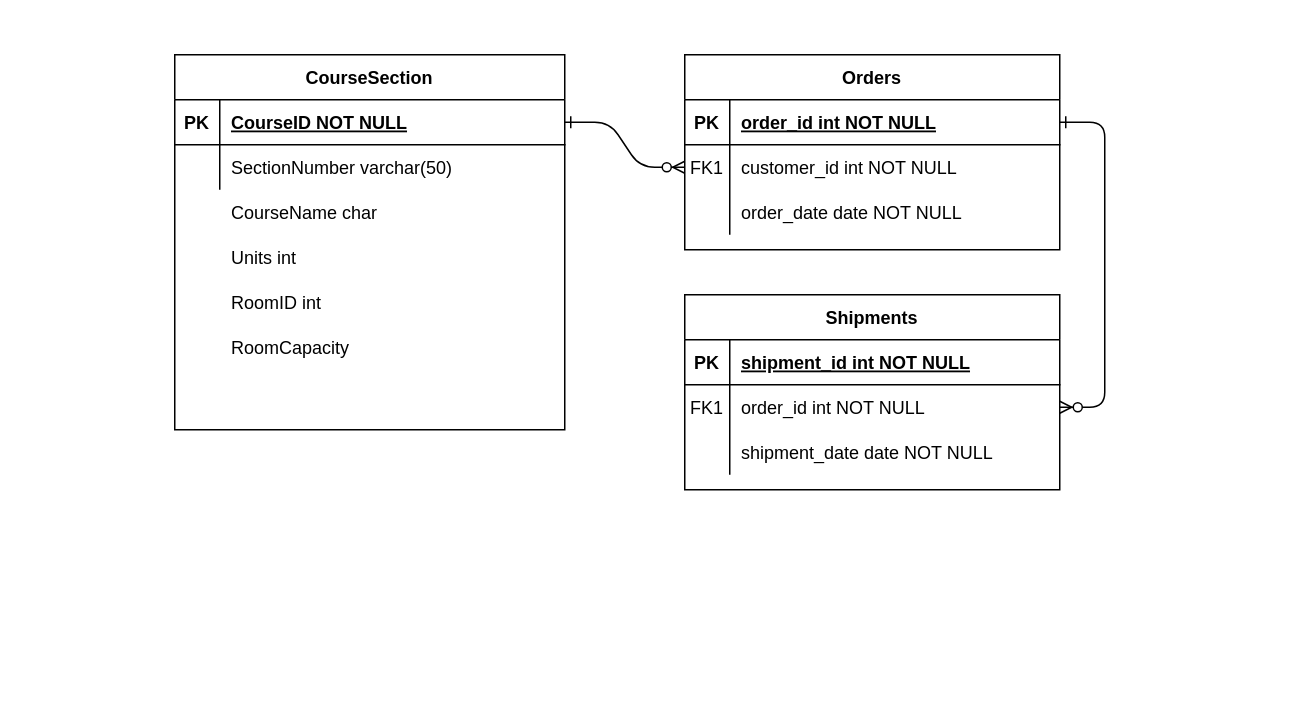
Earlier version of the draw.io diagram Untitled Diagram.drawio (vinaykurmi/star-schema). Source tidied: cells renumbered, new cells numbered last; positions are measured from the earlier drawing's top-left corner, leaving out a move shared by most shapes. Both pictures are drawn from the tidied source at 150%, with x=0, y=0 at pixel (174, 54).
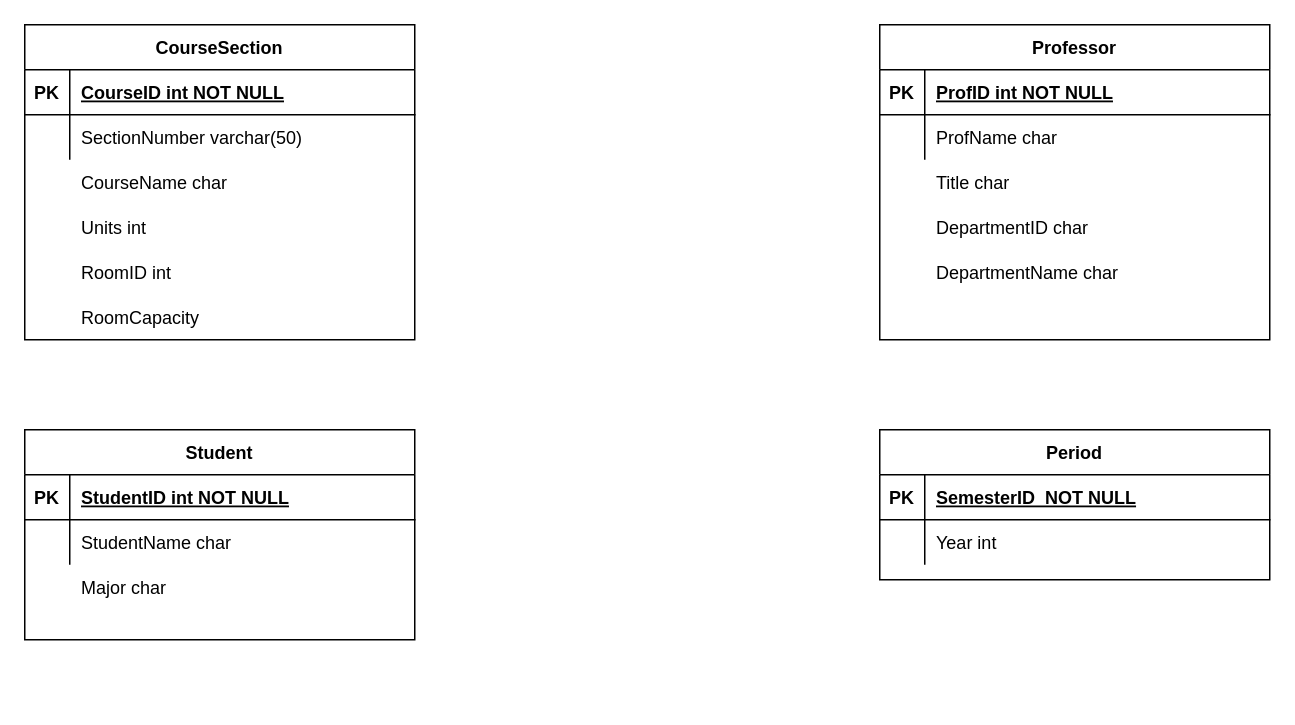
The same page after the edit.

The change refers to these unchanged cells:
```xml
<mxCell id="25" style="shape=partialRectangle;fillColor=none;points=[[0,0.5],[1,0.5]];portConstraint=eastwest;top=0;left=0;right=0;bottom=1;" parent="24" vertex="1">
  <mxGeometry y="30" width="260" height="30" as="geometry" />
</mxCell>
```

Diff of the diagram source:
```diff
@@
-    <mxCell id="2" style="edgeStyle=entityRelationEdgeStyle;endArrow=ERzeroToMany;startArrow=ERone;endFill=1;startFill=0;" parent="1" edge="1" source="25" target="8">
-      <mxGeometry relative="1" as="geometry" />
-    </mxCell>
-    <mxCell id="3" style="edgeStyle=entityRelationEdgeStyle;endArrow=ERzeroToMany;startArrow=ERone;endFill=1;startFill=0;" parent="1" edge="1" source="5" target="18">
-      <mxGeometry relative="1" as="geometry" />
-    </mxCell>
-    <mxCell id="4" value="Orders" style="shape=table;startSize=30;childLayout=tableLayout;rowLines=0;fontStyle=1;align=center;" parent="1" vertex="1">
-      <mxGeometry x="340" width="250" height="130" as="geometry" />
-    </mxCell>
-    <mxCell id="5" style="shape=partialRectangle;fillColor=none;points=[[0,0.5],[1,0.5]];portConstraint=eastwest;top=0;left=0;right=0;bottom=1;" parent="4" vertex="1">
-      <mxGeometry y="30" width="250" height="30" as="geometry" />
-    </mxCell>
-    <mxCell id="6" value="PK" style="shape=partialRectangle;overflow=hidden;fillColor=none;top=0;left=0;bottom=0;right=0;fontStyle=1;" parent="5" vertex="1">
-      <mxGeometry width="30" height="30" as="geometry" />
-    </mxCell>
-    <mxCell id="7" value="order_id int NOT NULL " style="shape=partialRectangle;overflow=hidden;fillColor=none;top=0;left=0;bottom=0;right=0;align=left;spacingLeft=6;fontStyle=5;" parent="5" vertex="1">
-      <mxGeometry x="30" width="220" height="30" as="geometry" />
-    </mxCell>
-    <mxCell id="8" style="shape=partialRectangle;fillColor=none;points=[[0,0.5],[1,0.5]];portConstraint=eastwest;top=0;left=0;right=0;bottom=0;" parent="4" vertex="1">
-      <mxGeometry y="60" width="250" height="30" as="geometry" />
-    </mxCell>
-    <mxCell id="9" value="FK1" style="shape=partialRectangle;overflow=hidden;fillColor=none;top=0;left=0;bottom=0;right=0;" parent="8" vertex="1">
-      <mxGeometry width="30" height="30" as="geometry" />
-    </mxCell>
-    <mxCell id="10" value="customer_id int NOT NULL" style="shape=partialRectangle;overflow=hidden;fillColor=none;top=0;left=0;bottom=0;right=0;align=left;spacingLeft=6;" parent="8" vertex="1">
-      <mxGeometry x="30" width="220" height="30" as="geometry" />
-    </mxCell>
-    <mxCell id="11" style="shape=partialRectangle;fillColor=none;top=0;left=0;right=0;bottom=0;" parent="4" vertex="1">
-      <mxGeometry y="90" width="250" height="30" as="geometry" />
-    </mxCell>
-    <mxCell id="12" style="shape=partialRectangle;overflow=hidden;fillColor=none;top=0;left=0;bottom=0;right=0;" parent="11" vertex="1">
-      <mxGeometry width="30" height="30" as="geometry" />
-    </mxCell>
-    <mxCell id="13" value="order_date date NOT NULL" style="shape=partialRectangle;overflow=hidden;fillColor=none;top=0;left=0;bottom=0;right=0;align=left;spacingLeft=6;" parent="11" vertex="1">
-      <mxGeometry x="30" width="220" height="30" as="geometry" />
-    </mxCell>
-    <mxCell id="14" value="Shipments" style="shape=table;startSize=30;childLayout=tableLayout;rowLines=0;fontStyle=1;align=center;" parent="1" vertex="1">
-      <mxGeometry x="340" y="160" width="250" height="130" as="geometry" />
-    </mxCell>
-    <mxCell id="15" style="shape=partialRectangle;fillColor=none;top=0;left=0;right=0;bottom=1;" parent="14" vertex="1">
-      <mxGeometry y="30" width="250" height="30" as="geometry" />
-    </mxCell>
-    <mxCell id="16" value="PK" style="shape=partialRectangle;overflow=hidden;fillColor=none;top=0;left=0;bottom=0;right=0;fontStyle=1;" parent="15" vertex="1">
-      <mxGeometry width="30" height="30" as="geometry" />
-    </mxCell>
-    <mxCell id="17" value="shipment_id int NOT NULL " style="shape=partialRectangle;overflow=hidden;fillColor=none;top=0;left=0;bottom=0;right=0;align=left;spacingLeft=6;fontStyle=5;" parent="15" vertex="1">
-      <mxGeometry x="30" width="220" height="30" as="geometry" />
-    </mxCell>
-    <mxCell id="18" style="shape=partialRectangle;fillColor=none;points=[[0,0.5],[1,0.5]];portConstraint=eastwest;top=0;left=0;right=0;bottom=0;" parent="14" vertex="1">
-      <mxGeometry y="60" width="250" height="30" as="geometry" />
-    </mxCell>
-    <mxCell id="19" value="FK1" style="shape=partialRectangle;overflow=hidden;fillColor=none;top=0;left=0;bottom=0;right=0;" parent="18" vertex="1">
-      <mxGeometry width="30" height="30" as="geometry" />
-    </mxCell>
-    <mxCell id="20" value="order_id int NOT NULL" style="shape=partialRectangle;overflow=hidden;fillColor=none;top=0;left=0;bottom=0;right=0;align=left;spacingLeft=6;" parent="18" vertex="1">
-      <mxGeometry x="30" width="220" height="30" as="geometry" />
-    </mxCell>
-    <mxCell id="21" style="shape=partialRectangle;fillColor=none;top=0;left=0;right=0;bottom=0;" parent="14" vertex="1">
-      <mxGeometry y="90" width="250" height="30" as="geometry" />
-    </mxCell>
-    <mxCell id="22" style="shape=partialRectangle;overflow=hidden;fillColor=none;top=0;left=0;bottom=0;right=0;" parent="21" vertex="1">
-      <mxGeometry width="30" height="30" as="geometry" />
-    </mxCell>
-    <mxCell id="23" value="shipment_date date NOT NULL" style="shape=partialRectangle;overflow=hidden;fillColor=none;top=0;left=0;bottom=0;right=0;align=left;spacingLeft=6;" parent="21" vertex="1">
-      <mxGeometry x="30" width="220" height="30" as="geometry" />
-    </mxCell>
+    <mxCell id="37" style="group;" parent="1" vertex="1">
+      <mxGeometry x="-100" y="-20" width="260" height="210" as="geometry" />
+    </mxCell>
-    <mxCell id="24" value="CourseSection" style="shape=table;startSize=30;childLayout=tableLayout;rowLines=0;fontStyle=1;align=center;" parent="1" vertex="1">
-      <mxGeometry width="260" height="250" as="geometry" />
+    <mxCell id="24" value="CourseSection" style="shape=table;startSize=30;childLayout=tableLayout;rowLines=0;fontStyle=1;align=center;" parent="37" vertex="1">
+      <mxGeometry width="260" height="210" as="geometry" />
     </mxCell>
@@
-    <mxCell id="27" value="CourseID NOT NULL" style="shape=partialRectangle;overflow=hidden;fillColor=none;top=0;left=0;bottom=0;right=0;align=left;spacingLeft=6;fontStyle=5;" parent="25" vertex="1">
+    <mxCell id="27" value="CourseID int NOT NULL" style="shape=partialRectangle;overflow=hidden;fillColor=none;top=0;left=0;bottom=0;right=0;align=left;spacingLeft=6;fontStyle=5;" parent="25" vertex="1">
       <mxGeometry x="30" width="230" height="30" as="geometry" />
     </mxCell>
@@
-    <mxCell id="31" style="shape=partialRectangle;fillColor=none;top=0;left=0;right=0;bottom=0;" parent="1" vertex="1">
+    <mxCell id="31" style="shape=partialRectangle;fillColor=none;top=0;left=0;right=0;bottom=0;" parent="37" vertex="1">
       <mxGeometry y="90" width="260" height="30" as="geometry" />
     </mxCell>
@@
-    <mxCell id="34" value="Units int" style="shape=partialRectangle;overflow=hidden;fillColor=none;top=0;left=0;bottom=0;right=0;align=left;spacingLeft=6;" parent="1" vertex="1">
+    <mxCell id="34" value="Units int" style="shape=partialRectangle;overflow=hidden;fillColor=none;top=0;left=0;bottom=0;right=0;align=left;spacingLeft=6;" parent="37" vertex="1">
       <mxGeometry x="30" y="120" width="230" height="30" as="geometry" />
     </mxCell>
-    <mxCell id="35" value="RoomID int" style="shape=partialRectangle;overflow=hidden;fillColor=none;top=0;left=0;bottom=0;right=0;align=left;spacingLeft=6;" parent="1" vertex="1">
+    <mxCell id="35" value="RoomID int" style="shape=partialRectangle;overflow=hidden;fillColor=none;top=0;left=0;bottom=0;right=0;align=left;spacingLeft=6;" parent="37" vertex="1">
       <mxGeometry x="30" y="150" width="230" height="30" as="geometry" />
     </mxCell>
-    <mxCell id="36" value="RoomCapacity" style="shape=partialRectangle;overflow=hidden;fillColor=none;top=0;left=0;bottom=0;right=0;align=left;spacingLeft=6;" parent="1" vertex="1">
+    <mxCell id="36" value="RoomCapacity" style="shape=partialRectangle;overflow=hidden;fillColor=none;top=0;left=0;bottom=0;right=0;align=left;spacingLeft=6;" parent="37" vertex="1">
       <mxGeometry x="30" y="180" width="230" height="30" as="geometry" />
     </mxCell>
+    <mxCell id="38" style="group;" parent="1" vertex="1">
+      <mxGeometry x="330" y="250" width="260" height="210" as="geometry" />
+    </mxCell>
+    <mxCell id="39" value="Period" style="shape=table;startSize=30;childLayout=tableLayout;rowLines=0;fontStyle=1;align=center;" parent="38" vertex="1">
+      <mxGeometry x="140" width="260" height="100" as="geometry" />
+    </mxCell>
+    <mxCell id="40" style="shape=partialRectangle;fillColor=none;top=0;left=0;right=0;bottom=1;" parent="39" vertex="1">
+      <mxGeometry y="30" width="260" height="30" as="geometry" />
+    </mxCell>
+    <mxCell id="41" value="PK" style="shape=partialRectangle;overflow=hidden;fillColor=none;top=0;left=0;bottom=0;right=0;fontStyle=1;" parent="40" vertex="1">
+      <mxGeometry width="30" height="30" as="geometry" />
+    </mxCell>
+    <mxCell id="42" value="SemesterID  NOT NULL" style="shape=partialRectangle;overflow=hidden;fillColor=none;top=0;left=0;bottom=0;right=0;align=left;spacingLeft=6;fontStyle=5;" parent="40" vertex="1">
+      <mxGeometry x="30" width="230" height="30" as="geometry" />
+    </mxCell>
+    <mxCell id="43" style="shape=partialRectangle;fillColor=none;top=0;left=0;right=0;bottom=0;" parent="39" vertex="1">
+      <mxGeometry y="60" width="260" height="30" as="geometry" />
+    </mxCell>
+    <mxCell id="44" style="shape=partialRectangle;overflow=hidden;fillColor=none;top=0;left=0;bottom=0;right=0;" parent="43" vertex="1">
+      <mxGeometry width="30" height="30" as="geometry" />
+    </mxCell>
+    <mxCell id="45" value="Year int" style="shape=partialRectangle;overflow=hidden;fillColor=none;top=0;left=0;bottom=0;right=0;align=left;spacingLeft=6;" parent="43" vertex="1">
+      <mxGeometry x="30" width="230" height="30" as="geometry" />
+    </mxCell>
+    <mxCell id="46" style="group;" parent="1" vertex="1">
+      <mxGeometry x="-100" y="250" width="260" height="210" as="geometry" />
+    </mxCell>
+    <mxCell id="47" value="Student" style="shape=table;startSize=30;childLayout=tableLayout;rowLines=0;fontStyle=1;align=center;" parent="46" vertex="1">
+      <mxGeometry width="260" height="140" as="geometry" />
+    </mxCell>
+    <mxCell id="48" style="shape=partialRectangle;fillColor=none;top=0;left=0;right=0;bottom=1;" parent="47" vertex="1">
+      <mxGeometry y="30" width="260" height="30" as="geometry" />
+    </mxCell>
+    <mxCell id="49" value="PK" style="shape=partialRectangle;overflow=hidden;fillColor=none;top=0;left=0;bottom=0;right=0;fontStyle=1;" parent="48" vertex="1">
+      <mxGeometry width="30" height="30" as="geometry" />
+    </mxCell>
+    <mxCell id="50" value="StudentID int NOT NULL" style="shape=partialRectangle;overflow=hidden;fillColor=none;top=0;left=0;bottom=0;right=0;align=left;spacingLeft=6;fontStyle=5;" parent="48" vertex="1">
+      <mxGeometry x="30" width="230" height="30" as="geometry" />
+    </mxCell>
+    <mxCell id="51" style="shape=partialRectangle;fillColor=none;top=0;left=0;right=0;bottom=0;" parent="47" vertex="1">
+      <mxGeometry y="60" width="260" height="30" as="geometry" />
+    </mxCell>
+    <mxCell id="52" style="shape=partialRectangle;overflow=hidden;fillColor=none;top=0;left=0;bottom=0;right=0;" parent="51" vertex="1">
+      <mxGeometry width="30" height="30" as="geometry" />
+    </mxCell>
+    <mxCell id="53" value="StudentName char" style="shape=partialRectangle;overflow=hidden;fillColor=none;top=0;left=0;bottom=0;right=0;align=left;spacingLeft=6;" parent="51" vertex="1">
+      <mxGeometry x="30" width="230" height="30" as="geometry" />
+    </mxCell>
+    <mxCell id="54" style="shape=partialRectangle;fillColor=none;top=0;left=0;right=0;bottom=0;" parent="46" vertex="1">
+      <mxGeometry y="90" width="260" height="30" as="geometry" />
+    </mxCell>
+    <mxCell id="55" style="shape=partialRectangle;overflow=hidden;fillColor=none;top=0;left=0;bottom=0;right=0;" parent="54" vertex="1">
+      <mxGeometry width="30" height="30" as="geometry" />
+    </mxCell>
+    <mxCell id="56" value="Major char" style="shape=partialRectangle;overflow=hidden;fillColor=none;top=0;left=0;bottom=0;right=0;align=left;spacingLeft=6;" parent="54" vertex="1">
+      <mxGeometry x="30" width="230" height="30" as="geometry" />
+    </mxCell>
+    <mxCell id="57" style="shape=partialRectangle;overflow=hidden;fillColor=none;top=0;left=0;bottom=0;right=0;align=left;spacingLeft=6;" parent="46" vertex="1">
+      <mxGeometry x="30" y="150" width="230" height="30" as="geometry" />
+    </mxCell>
+    <mxCell id="58" style="group;" parent="1" vertex="1">
+      <mxGeometry x="470" y="-20" width="260" height="210" as="geometry" />
+    </mxCell>
+    <mxCell id="59" value="Professor" style="shape=table;startSize=30;childLayout=tableLayout;rowLines=0;fontStyle=1;align=center;" parent="58" vertex="1">
+      <mxGeometry width="260" height="210" as="geometry" />
+    </mxCell>
+    <mxCell id="60" style="shape=partialRectangle;fillColor=none;top=0;left=0;right=0;bottom=1;" parent="59" vertex="1">
+      <mxGeometry y="30" width="260" height="30" as="geometry" />
+    </mxCell>
+    <mxCell id="61" value="PK" style="shape=partialRectangle;overflow=hidden;fillColor=none;top=0;left=0;bottom=0;right=0;fontStyle=1;" parent="60" vertex="1">
+      <mxGeometry width="30" height="30" as="geometry" />
+    </mxCell>
+    <mxCell id="62" value="ProfID int NOT NULL" style="shape=partialRectangle;overflow=hidden;fillColor=none;top=0;left=0;bottom=0;right=0;align=left;spacingLeft=6;fontStyle=5;" parent="60" vertex="1">
+      <mxGeometry x="30" width="230" height="30" as="geometry" />
+    </mxCell>
+    <mxCell id="63" style="shape=partialRectangle;fillColor=none;top=0;left=0;right=0;bottom=0;" parent="59" vertex="1">
+      <mxGeometry y="60" width="260" height="30" as="geometry" />
+    </mxCell>
+    <mxCell id="64" style="shape=partialRectangle;overflow=hidden;fillColor=none;top=0;left=0;bottom=0;right=0;" parent="63" vertex="1">
+      <mxGeometry width="30" height="30" as="geometry" />
+    </mxCell>
+    <mxCell id="65" value="ProfName char" style="shape=partialRectangle;overflow=hidden;fillColor=none;top=0;left=0;bottom=0;right=0;align=left;spacingLeft=6;" parent="63" vertex="1">
+      <mxGeometry x="30" width="230" height="30" as="geometry" />
+    </mxCell>
+    <mxCell id="66" style="shape=partialRectangle;fillColor=none;top=0;left=0;right=0;bottom=0;" parent="58" vertex="1">
+      <mxGeometry y="90" width="260" height="30" as="geometry" />
+    </mxCell>
+    <mxCell id="67" style="shape=partialRectangle;overflow=hidden;fillColor=none;top=0;left=0;bottom=0;right=0;" parent="66" vertex="1">
+      <mxGeometry width="30" height="30" as="geometry" />
+    </mxCell>
+    <mxCell id="68" value="Title char" style="shape=partialRectangle;overflow=hidden;fillColor=none;top=0;left=0;bottom=0;right=0;align=left;spacingLeft=6;" parent="66" vertex="1">
+      <mxGeometry x="30" width="230" height="30" as="geometry" />
+    </mxCell>
+    <mxCell id="69" value="DepartmentID char" style="shape=partialRectangle;overflow=hidden;fillColor=none;top=0;left=0;bottom=0;right=0;align=left;spacingLeft=6;" parent="58" vertex="1">
+      <mxGeometry x="30" y="120" width="230" height="30" as="geometry" />
+    </mxCell>
+    <mxCell id="70" value="DepartmentName char" style="shape=partialRectangle;overflow=hidden;fillColor=none;top=0;left=0;bottom=0;right=0;align=left;spacingLeft=6;" parent="58" vertex="1">
+      <mxGeometry x="30" y="150" width="230" height="30" as="geometry" />
+    </mxCell>
```
